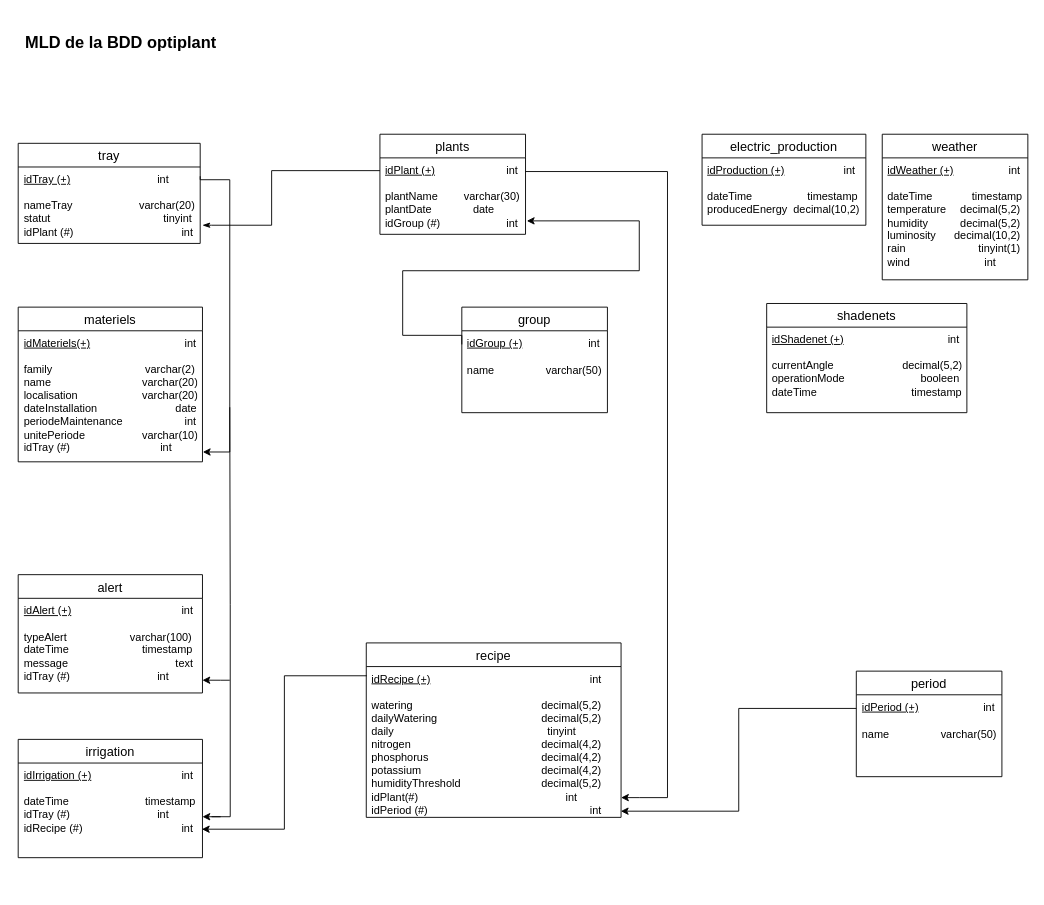
Above: MLD.drawio in SAE601/BDD (draw.io), before the change. Source tidied: cells renumbered, new cells numbered last; positions are measured from the earlier drawing's top-left corner, leaving out a move shared by most shapes. Both pictures are drawn from the tidied source at 91%, with x=0, y=0 at pixel (15, 15).
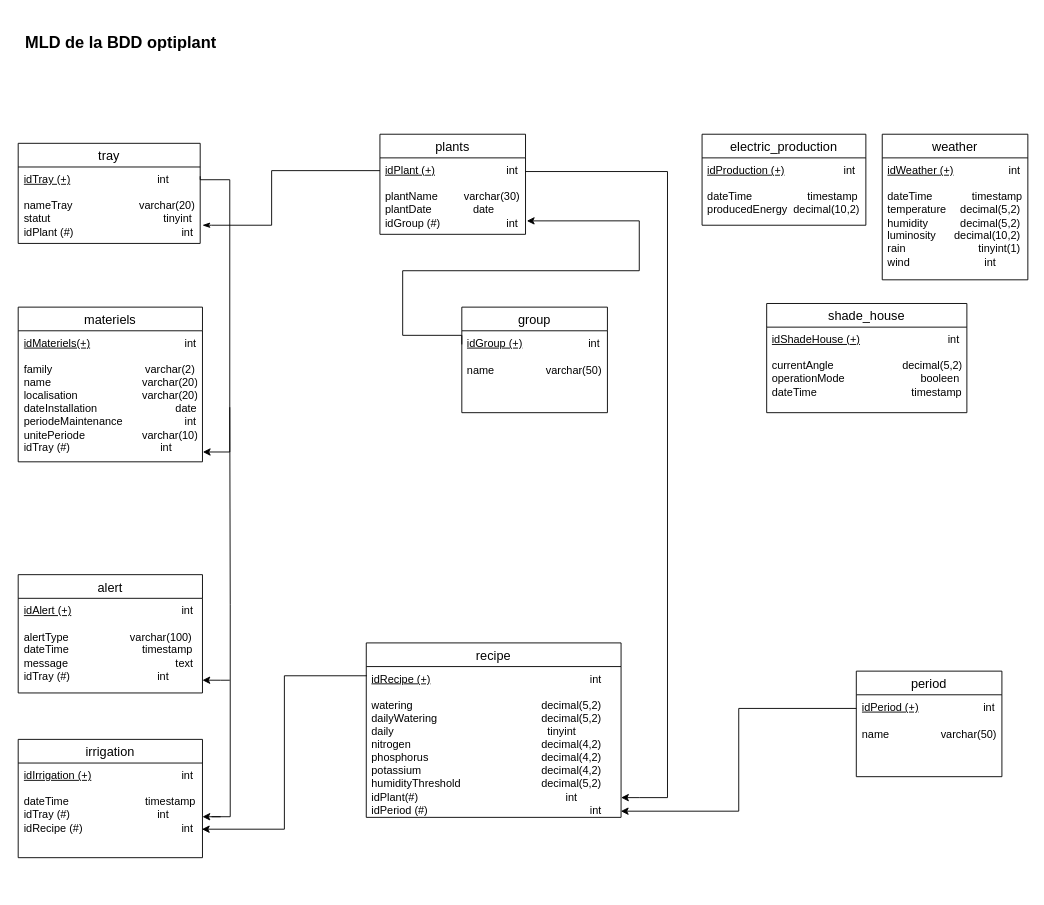
After the change.

Unchanged cells that the change refers to:
```xml
<mxCell id="7" value="alert" style="swimlane;fontStyle=0;horizontal=1;startSize=26;align=center;fontSize=14;" parent="1" vertex="1">
  <mxGeometry x="2.5" y="614" width="202.5" height="130" as="geometry" />
</mxCell>
```

The edit, as a diff of the source:
```diff
@@
-    <mxCell id="8" value="&lt;div&gt;&lt;u&gt;idAlert (+)&lt;/u&gt;&lt;span style=&quot;white-space: pre;&quot;&gt;&#9;&lt;/span&gt;&lt;span style=&quot;white-space: pre;&quot;&gt;&#9;&lt;/span&gt;&lt;span style=&quot;white-space: pre;&quot;&gt;&#9;&lt;/span&gt;&lt;span style=&quot;white-space: pre;&quot;&gt;&#9;&lt;/span&gt;&amp;nbsp;&amp;nbsp;&amp;nbsp; int&lt;/div&gt;&lt;div&gt;&lt;br&gt;&lt;/div&gt;&lt;div&gt;typeAlert&lt;span style=&quot;white-space: pre;&quot;&gt;&#9;&lt;/span&gt;&lt;span style=&quot;white-space: pre;&quot;&gt;&#9;&lt;/span&gt;&amp;nbsp;&amp;nbsp;&amp;nbsp;&amp;nbsp;&amp;nbsp;&amp;nbsp;&amp;nbsp;&amp;nbsp;&amp;nbsp;&amp;nbsp; varchar(100)&lt;/div&gt;&lt;div&gt;dateTime&lt;span style=&quot;white-space: pre;&quot;&gt;&#9;&lt;/span&gt;&lt;span style=&quot;white-space: pre;&quot;&gt;&#9;&lt;/span&gt;&lt;span style=&quot;white-space: pre;&quot;&gt;&#9;&lt;/span&gt;&amp;nbsp;&amp;nbsp;&amp;nbsp;&amp;nbsp;&amp;nbsp;&amp;nbsp; timestamp&lt;/div&gt;&lt;div&gt;message&lt;span style=&quot;white-space: pre;&quot;&gt;&#9;&lt;/span&gt;&lt;span style=&quot;white-space: pre;&quot;&gt;&#9;&lt;/span&gt;&lt;span style=&quot;white-space: pre;&quot;&gt;&#9;&lt;/span&gt;&lt;span style=&quot;white-space: pre;&quot;&gt;&#9;&lt;/span&gt;&amp;nbsp;&amp;nbsp;&amp;nbsp;&amp;nbsp; &amp;nbsp; &amp;nbsp;&amp;nbsp; text&lt;/div&gt;&lt;div&gt;&lt;div&gt;idTray (#)&lt;span style=&quot;white-space: pre;&quot;&gt;&#9;&lt;/span&gt;&lt;span style=&quot;white-space: pre;&quot;&gt;&#9;&lt;/span&gt;&lt;span style=&quot;white-space: pre;&quot;&gt;&#9;&lt;/span&gt;&lt;span style=&quot;white-space: pre;&quot;&gt;&#9;&lt;/span&gt;&amp;nbsp;&amp;nbsp;&amp;nbsp; int&lt;/div&gt;&lt;/div&gt;" style="text;strokeColor=none;fillColor=none;spacingLeft=4;spacingRight=4;overflow=hidden;points=[[0,0.5],[1,0.5]];portConstraint=eastwest;fontSize=12;whiteSpace=wrap;html=1;" parent="7" vertex="1">
+    <mxCell id="8" value="&lt;div&gt;&lt;u&gt;idAlert (+)&lt;/u&gt;&lt;span style=&quot;white-space: pre;&quot;&gt;&#9;&lt;/span&gt;&lt;span style=&quot;white-space: pre;&quot;&gt;&#9;&lt;/span&gt;&lt;span style=&quot;white-space: pre;&quot;&gt;&#9;&lt;/span&gt;&lt;span style=&quot;white-space: pre;&quot;&gt;&#9;&lt;/span&gt;&amp;nbsp;&amp;nbsp;&amp;nbsp; int&lt;/div&gt;&lt;div&gt;&lt;br&gt;&lt;/div&gt;&lt;div&gt;alertType&lt;span style=&quot;white-space: pre;&quot;&gt;&#9;&lt;/span&gt;&lt;span style=&quot;white-space: pre;&quot;&gt;&#9;&lt;/span&gt;&amp;nbsp;&amp;nbsp;&amp;nbsp;&amp;nbsp;&amp;nbsp;&amp;nbsp;&amp;nbsp;&amp;nbsp;&amp;nbsp;&amp;nbsp; varchar(100)&lt;/div&gt;&lt;div&gt;dateTime&lt;span style=&quot;white-space: pre;&quot;&gt;&#9;&lt;/span&gt;&lt;span style=&quot;white-space: pre;&quot;&gt;&#9;&lt;/span&gt;&lt;span style=&quot;white-space: pre;&quot;&gt;&#9;&lt;/span&gt;&amp;nbsp;&amp;nbsp;&amp;nbsp;&amp;nbsp;&amp;nbsp;&amp;nbsp; timestamp&lt;/div&gt;&lt;div&gt;message&lt;span style=&quot;white-space: pre;&quot;&gt;&#9;&lt;/span&gt;&lt;span style=&quot;white-space: pre;&quot;&gt;&#9;&lt;/span&gt;&lt;span style=&quot;white-space: pre;&quot;&gt;&#9;&lt;/span&gt;&lt;span style=&quot;white-space: pre;&quot;&gt;&#9;&lt;/span&gt;&amp;nbsp;&amp;nbsp;&amp;nbsp;&amp;nbsp; &amp;nbsp; &amp;nbsp;&amp;nbsp; text&lt;/div&gt;&lt;div&gt;&lt;div&gt;idTray (#)&lt;span style=&quot;white-space: pre;&quot;&gt;&#9;&lt;/span&gt;&lt;span style=&quot;white-space: pre;&quot;&gt;&#9;&lt;/span&gt;&lt;span style=&quot;white-space: pre;&quot;&gt;&#9;&lt;/span&gt;&lt;span style=&quot;white-space: pre;&quot;&gt;&#9;&lt;/span&gt;&amp;nbsp;&amp;nbsp;&amp;nbsp; int&lt;/div&gt;&lt;/div&gt;" style="text;strokeColor=none;fillColor=none;spacingLeft=4;spacingRight=4;overflow=hidden;points=[[0,0.5],[1,0.5]];portConstraint=eastwest;fontSize=12;whiteSpace=wrap;html=1;" parent="7" vertex="1">
       <mxGeometry y="26" width="202.5" height="104" as="geometry" />
     </mxCell>
@@
-    <mxCell id="34" value="shadenets" style="swimlane;fontStyle=0;horizontal=1;startSize=26;align=center;fontSize=14;" parent="1" vertex="1">
+    <mxCell id="34" value="shade_house" style="swimlane;fontStyle=0;horizontal=1;startSize=26;align=center;fontSize=14;" parent="1" vertex="1">
       <mxGeometry x="825" y="316" width="220" height="120" as="geometry" />
     </mxCell>
-    <mxCell id="35" value="&lt;div&gt;&lt;u&gt;idShadenet (+)&lt;/u&gt;&lt;span style=&quot;white-space: pre;&quot;&gt;&#9;&lt;/span&gt;&lt;span style=&quot;white-space: pre;&quot;&gt;&#9;&lt;/span&gt;&lt;span style=&quot;white-space: pre;&quot;&gt;&#9;&lt;/span&gt;&lt;span style=&quot;white-space: pre;&quot;&gt;&#9;&lt;/span&gt;&amp;nbsp; int&lt;u&gt;&lt;br&gt;&lt;/u&gt;&lt;/div&gt;&lt;div&gt;&lt;br&gt;&lt;/div&gt;&lt;div&gt;currentAngle&lt;span style=&quot;white-space: pre;&quot;&gt;&#9;&lt;/span&gt;&lt;span style=&quot;white-space: pre;&quot;&gt;&#9;&lt;/span&gt;&lt;span style=&quot;white-space: pre;&quot;&gt;&#9;&lt;/span&gt;&amp;nbsp;&amp;nbsp; decimal(5,2)&lt;/div&gt;&lt;div&gt;operationMode &amp;nbsp; &amp;nbsp; &amp;nbsp; &amp;nbsp; &amp;nbsp; &amp;nbsp; &amp;nbsp;&amp;nbsp;&amp;nbsp;&amp;nbsp;&amp;nbsp;&amp;nbsp;&amp;nbsp;&amp;nbsp; &amp;nbsp;&amp;nbsp; booleen&lt;/div&gt;&lt;div&gt;dateTime&lt;span style=&quot;white-space: pre;&quot;&gt;&#9;&lt;/span&gt;&lt;span style=&quot;white-space: pre;&quot;&gt;&#9;&lt;/span&gt;&lt;span style=&quot;white-space: pre;&quot;&gt;&#9;&lt;/span&gt;&lt;span style=&quot;white-space: pre;&quot;&gt;&#9;&lt;/span&gt;&amp;nbsp;&amp;nbsp;&amp;nbsp;&amp;nbsp;&amp;nbsp; timestamp&lt;br&gt;&lt;/div&gt;" style="text;strokeColor=none;fillColor=none;spacingLeft=4;spacingRight=4;overflow=hidden;fontSize=12;whiteSpace=wrap;html=1;" parent="34" vertex="1">
+    <mxCell id="35" value="&lt;div&gt;&lt;u&gt;idShadeHouse (+)&lt;/u&gt;&lt;span style=&quot;white-space: pre;&quot;&gt;&#9;&lt;/span&gt;&lt;span style=&quot;white-space: pre;&quot;&gt;&#9;&lt;/span&gt;&lt;span style=&quot;white-space: pre;&quot;&gt;&#9;&lt;/span&gt;&lt;span style=&quot;white-space: pre;&quot;&gt;&#9;&lt;/span&gt;&amp;nbsp; int&lt;u&gt;&lt;br&gt;&lt;/u&gt;&lt;/div&gt;&lt;div&gt;&lt;br&gt;&lt;/div&gt;&lt;div&gt;currentAngle&lt;span style=&quot;white-space: pre;&quot;&gt;&#9;&lt;/span&gt;&lt;span style=&quot;white-space: pre;&quot;&gt;&#9;&lt;/span&gt;&lt;span style=&quot;white-space: pre;&quot;&gt;&#9;&lt;/span&gt;&amp;nbsp;&amp;nbsp; decimal(5,2)&lt;/div&gt;&lt;div&gt;operationMode &amp;nbsp; &amp;nbsp; &amp;nbsp; &amp;nbsp; &amp;nbsp; &amp;nbsp; &amp;nbsp;&amp;nbsp;&amp;nbsp;&amp;nbsp;&amp;nbsp;&amp;nbsp;&amp;nbsp;&amp;nbsp; &amp;nbsp;&amp;nbsp; booleen&lt;/div&gt;&lt;div&gt;dateTime&lt;span style=&quot;white-space: pre;&quot;&gt;&#9;&lt;/span&gt;&lt;span style=&quot;white-space: pre;&quot;&gt;&#9;&lt;/span&gt;&lt;span style=&quot;white-space: pre;&quot;&gt;&#9;&lt;/span&gt;&lt;span style=&quot;white-space: pre;&quot;&gt;&#9;&lt;/span&gt;&amp;nbsp;&amp;nbsp;&amp;nbsp;&amp;nbsp;&amp;nbsp; timestamp&lt;br&gt;&lt;/div&gt;" style="text;strokeColor=none;fillColor=none;spacingLeft=4;spacingRight=4;overflow=hidden;fontSize=12;whiteSpace=wrap;html=1;" parent="34" vertex="1">
       <mxGeometry y="26" width="220" height="94" as="geometry" />
     </mxCell>
```
